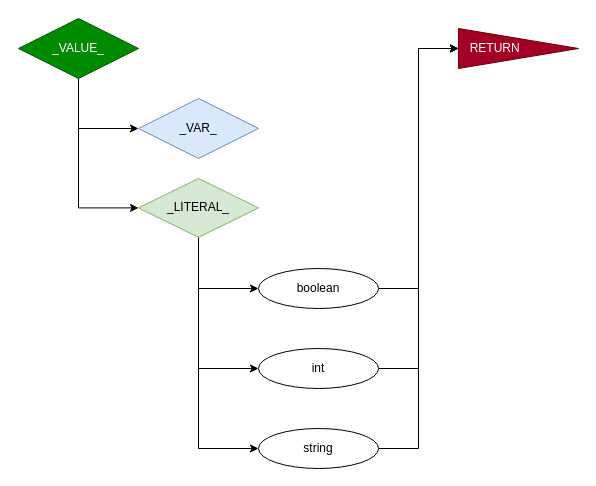
Before: page "_VALUE_" (6 of 9) of CFG.drawio in ZacharyYGateley/Compiler, a draw.io diagram. Source tidied: cells renumbered, new cells numbered last; positions are measured from the earlier drawing's top-left corner, leaving out a move shared by most shapes. Both pictures are drawn from the tidied source at 100%, with x=0, y=0 at pixel (18, 18).
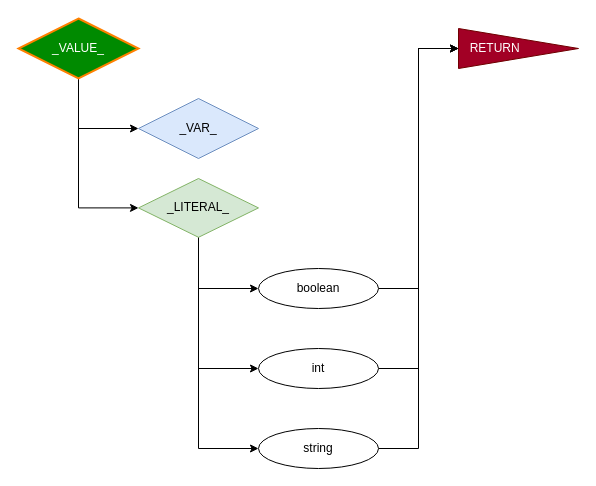
The same diagram, later.

What changed in the source:
```diff
@@
 <mxGraphModel>
   <root>
     <mxCell id="0" />
     <mxCell id="1" parent="0" />
     <mxCell id="2" style="edgeStyle=orthogonalEdgeStyle;rounded=0;jettySize=auto;html=1;exitX=0.5;exitY=1;exitDx=0;exitDy=0;entryX=0;entryY=0.5;entryDx=0;entryDy=0;" parent="1" edge="1" source="4" target="5">
       <mxGeometry relative="1" as="geometry" />
     </mxCell>
     <mxCell id="3" style="edgeStyle=orthogonalEdgeStyle;rounded=0;jettySize=auto;html=1;exitX=0.5;exitY=1;exitDx=0;exitDy=0;entryX=0;entryY=0.5;entryDx=0;entryDy=0;" parent="1" edge="1" source="4" target="9">
       <mxGeometry relative="1" as="geometry" />
     </mxCell>
-    <mxCell id="4" value="_VALUE_" style="rhombus;whiteSpace=wrap;html=1;fillColor=#008a00;strokeColor=#005700;fontColor=#ffffff;" parent="1" vertex="1">
+    <mxCell id="4" value="_VALUE_" style="rhombus;whiteSpace=wrap;html=1;fillColor=#008a00;strokeColor=#FF8000;fontColor=#ffffff;strokeWidth=2;" parent="1" vertex="1">
       <mxGeometry width="120" height="60" as="geometry" />
     </mxCell>
     <mxCell id="5" value="_VAR_" style="rhombus;whiteSpace=wrap;html=1;fillColor=#dae8fc;strokeColor=#6c8ebf;" parent="1" vertex="1">
       <mxGeometry x="120" y="80" width="120" height="60" as="geometry" />
     </mxCell>
     <mxCell id="6" style="edgeStyle=orthogonalEdgeStyle;rounded=0;jettySize=auto;html=1;exitX=0.5;exitY=1;exitDx=0;exitDy=0;entryX=0;entryY=0.5;entryDx=0;entryDy=0;" parent="1" edge="1" source="9" target="15">
       <mxGeometry relative="1" as="geometry" />
     </mxCell>
     <mxCell id="7" style="edgeStyle=orthogonalEdgeStyle;rounded=0;jettySize=auto;html=1;exitX=0.5;exitY=1;exitDx=0;exitDy=0;entryX=0;entryY=0.5;entryDx=0;entryDy=0;" parent="1" edge="1" source="9" target="13">
       <mxGeometry relative="1" as="geometry" />
     </mxCell>
     <mxCell id="8" style="edgeStyle=orthogonalEdgeStyle;rounded=0;jettySize=auto;html=1;exitX=0.5;exitY=1;exitDx=0;exitDy=0;entryX=0;entryY=0.5;entryDx=0;entryDy=0;" parent="1" edge="1" source="9" target="11">
       <mxGeometry relative="1" as="geometry" />
     </mxCell>
     <mxCell id="9" value="_LITERAL_" style="rhombus;whiteSpace=wrap;html=1;fillColor=#d5e8d4;strokeColor=#82b366;" parent="1" vertex="1">
       <mxGeometry x="120" y="160" width="120" height="58.8" as="geometry" />
     </mxCell>
     <mxCell id="10" style="edgeStyle=orthogonalEdgeStyle;rounded=0;jettySize=auto;html=1;exitX=1;exitY=0.5;exitDx=0;exitDy=0;entryX=0;entryY=0.5;entryDx=0;entryDy=0;" parent="1" edge="1" source="11" target="16">
       <mxGeometry relative="1" as="geometry" />
     </mxCell>
     <mxCell id="11" value="string" style="ellipse;whiteSpace=wrap;html=1;" parent="1" vertex="1">
       <mxGeometry x="240" y="410" width="120" height="40" as="geometry" />
     </mxCell>
     <mxCell id="12" style="edgeStyle=orthogonalEdgeStyle;rounded=0;jettySize=auto;html=1;exitX=1;exitY=0.5;exitDx=0;exitDy=0;entryX=0;entryY=0.5;entryDx=0;entryDy=0;" parent="1" edge="1" source="13" target="16">
       <mxGeometry relative="1" as="geometry" />
     </mxCell>
     <mxCell id="13" value="int" style="ellipse;whiteSpace=wrap;html=1;" parent="1" vertex="1">
       <mxGeometry x="240" y="330" width="120" height="40" as="geometry" />
     </mxCell>
     <mxCell id="14" style="edgeStyle=orthogonalEdgeStyle;rounded=0;jettySize=auto;html=1;exitX=1;exitY=0.5;exitDx=0;exitDy=0;entryX=0;entryY=0.5;entryDx=0;entryDy=0;" parent="1" edge="1" source="15" target="16">
       <mxGeometry relative="1" as="geometry" />
     </mxCell>
     <mxCell id="15" value="boolean" style="ellipse;whiteSpace=wrap;html=1;" parent="1" vertex="1">
       <mxGeometry x="240" y="250" width="120" height="40" as="geometry" />
     </mxCell>
     <mxCell id="16" value="RETURN&amp;nbsp; &amp;nbsp; &amp;nbsp; &amp;nbsp; &amp;nbsp; &amp;nbsp; &amp;nbsp;&amp;nbsp;" style="triangle;whiteSpace=wrap;html=1;fillColor=#a20025;strokeColor=#6F0000;fontColor=#ffffff;" parent="1" vertex="1">
       <mxGeometry x="440" y="10" width="120" height="40" as="geometry" />
     </mxCell>
   </root>
 </mxGraphModel>
```
